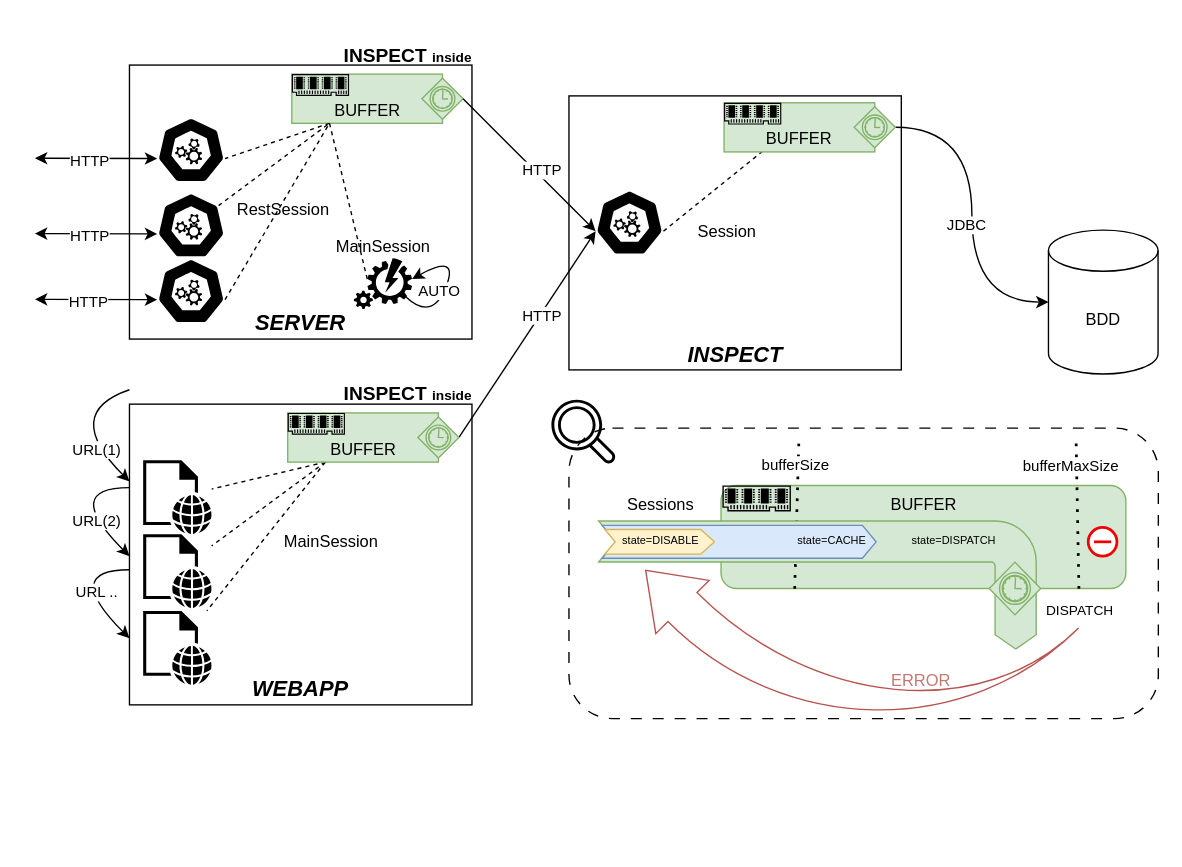
oneteme/inspect-core keeps this draw.io diagram as page "buffer" (4 of 5) of doc/diagram/Diagramme sans nom.drawio. Above is the earlier version. Source tidied: cells renumbered, new cells numbered last; positions are measured from the earlier drawing's top-left corner, leaving out a move shared by most shapes. Both pictures are drawn from the tidied source at 137%, with x=0, y=0 at pixel (34, 23).
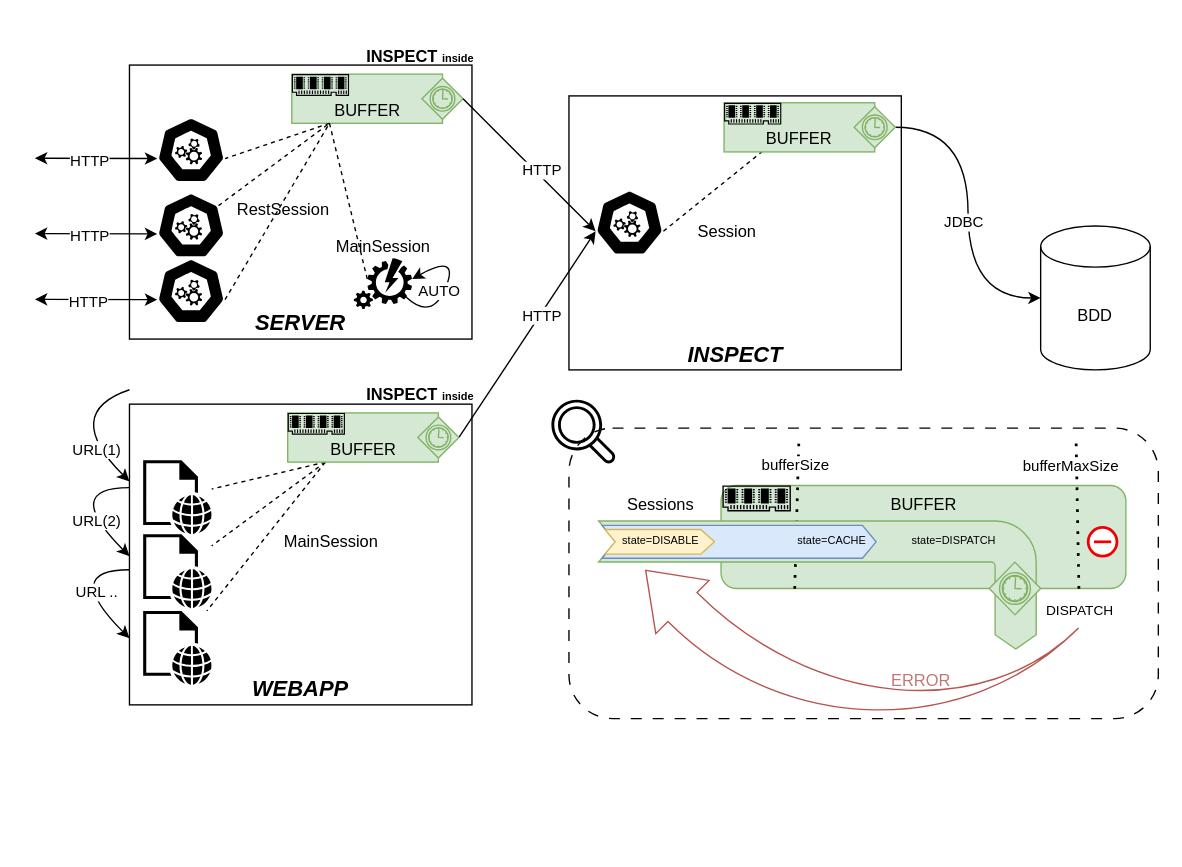
The same page after the edit.

Change to the diagram source:
```diff
@@
     <mxCell id="18" value="BDD" style="shape=cylinder3;whiteSpace=wrap;html=1;boundedLbl=1;backgroundOutline=1;size=15;" parent="1" vertex="1">
-      <mxGeometry x="739.8" y="150.5" width="80" height="105" as="geometry" />
+      <mxGeometry x="734.1" y="147.5" width="80" height="105" as="geometry" />
     </mxCell>
@@
-    <mxCell id="72" value="&lt;font style=&quot;font-size: 14px;&quot;&gt;INSPECT &lt;/font&gt;&lt;font style=&quot;font-size: 10px;&quot;&gt;inside&lt;/font&gt;" style="text;strokeColor=none;fillColor=none;html=1;fontSize=24;fontStyle=1;verticalAlign=middle;align=center;fontColor=default;" parent="1" vertex="1">
-      <mxGeometry x="206.5" y="-0.4" width="130" height="40" as="geometry" />
-    </mxCell>
-    <mxCell id="73" value="&lt;font style=&quot;font-size: 14px;&quot;&gt;INSPECT &lt;/font&gt;&lt;font style=&quot;font-size: 10px;&quot;&gt;inside&lt;/font&gt;" style="text;strokeColor=none;fillColor=none;html=1;fontSize=24;fontStyle=1;verticalAlign=middle;align=center;fontColor=default;" parent="1" vertex="1">
-      <mxGeometry x="206.5" y="246.8" width="130" height="40" as="geometry" />
-    </mxCell>
@@
+    <mxCell id="77" value="&lt;font style=&quot;font-size: 12px;&quot;&gt;INSPECT &lt;/font&gt;&lt;font style=&quot;font-size: 8px;&quot;&gt;inside&lt;/font&gt;" style="text;strokeColor=none;fillColor=none;html=1;fontSize=24;fontStyle=1;verticalAlign=middle;align=center;fontColor=default;" parent="1" vertex="1">
+      <mxGeometry x="235.8" y="-0.4" width="90" height="40" as="geometry" />
+    </mxCell>
+    <mxCell id="78" value="&lt;font style=&quot;font-size: 12px;&quot;&gt;INSPECT &lt;/font&gt;&lt;font style=&quot;font-size: 8px;&quot;&gt;inside&lt;/font&gt;" style="text;strokeColor=none;fillColor=none;html=1;fontSize=24;fontStyle=1;verticalAlign=middle;align=center;fontColor=default;" parent="1" vertex="1">
+      <mxGeometry x="235.8" y="246.8" width="90" height="40" as="geometry" />
+    </mxCell>
```
